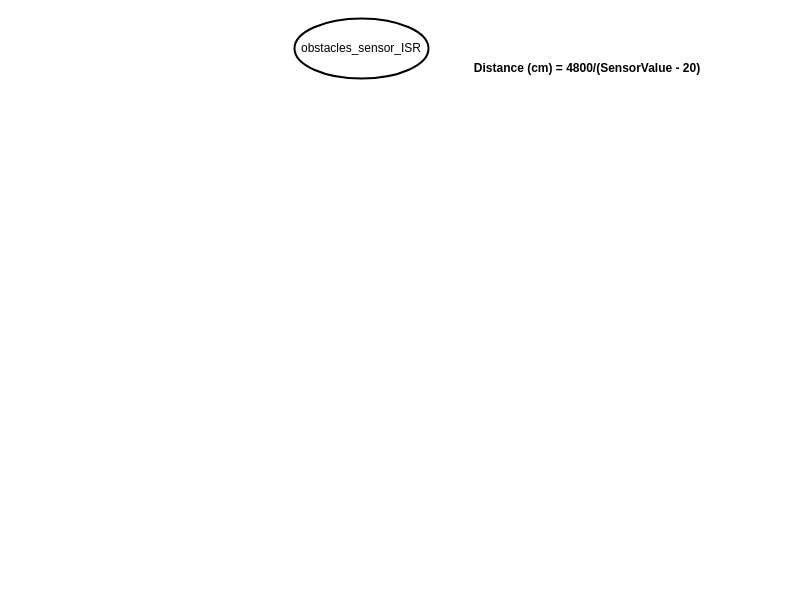
Before: 03Flowcharts/Sensores/obstacles_sensor.drawio in LPI-2020/DWR-19, a draw.io diagram. Source tidied: cells renumbered, new cells numbered last; positions are measured from the earlier drawing's top-left corner, leaving out a move shared by most shapes. Both pictures are drawn from the tidied source at 100%, with x=0, y=0 at pixel (294, 18).
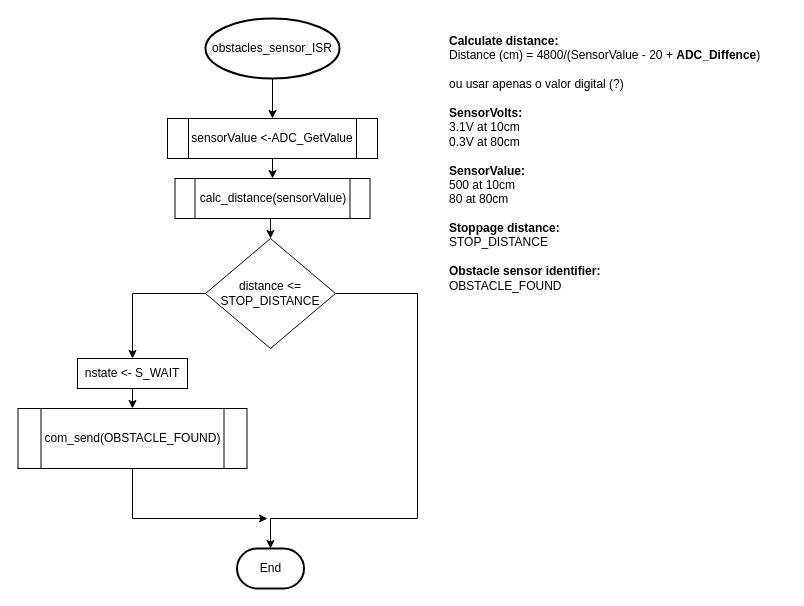
The same page after the edit.

Commit message (it also covers changes not shown here):
Added obstacles sensor flowchart

Change to the diagram source:
```diff
@@
-    <mxCell id="2" value="&lt;strong&gt;Distance (cm) = 4800/(SensorValue - 20)&lt;/strong&gt;" style="text;html=1;strokeColor=none;fillColor=none;align=center;verticalAlign=middle;whiteSpace=wrap;rounded=0;" parent="1" vertex="1">
-      <mxGeometry x="173" y="40" width="240" height="20" as="geometry" />
+    <mxCell id="2" value="&lt;b&gt;Calculate distance:&lt;/b&gt;&lt;br&gt;Distance (cm) = 4800/(SensorValue - 20 + &lt;b&gt;ADC_Diffence&lt;/b&gt;)&lt;br&gt;&lt;br&gt;ou usar apenas o valor digital (?)&lt;br&gt;&lt;br&gt;&lt;b&gt;SensorVolts:&lt;/b&gt;&lt;br&gt;3.1V at 10cm&lt;br&gt;0.3V at 80cm&lt;br&gt;&lt;br&gt;&lt;b&gt;SensorValue:&lt;br&gt;&lt;/b&gt;500 at 10cm&lt;br&gt;80 at 80cm&lt;br&gt;&lt;br&gt;&lt;b&gt;Stoppage distance:&lt;/b&gt;&lt;br&gt;STOP_DISTANCE&lt;br&gt;&lt;br&gt;&lt;b&gt;Obstacle sensor identifier:&lt;br&gt;&lt;/b&gt;OBSTACLE_FOUND" style="text;html=1;strokeColor=none;fillColor=none;align=left;verticalAlign=middle;whiteSpace=wrap;rounded=0;" parent="1" vertex="1">
+      <mxGeometry x="153" width="340" height="290" as="geometry" />
     </mxCell>
+    <mxCell id="4" style="edgeStyle=orthogonalEdgeStyle;rounded=0;jettySize=auto;html=1;exitX=0.5;exitY=1;exitDx=0;exitDy=0;exitPerimeter=0;entryX=0.5;entryY=0;entryDx=0;entryDy=0;" parent="1" edge="1" source="3" target="6">
+      <mxGeometry relative="1" as="geometry" />
+    </mxCell>
     <mxCell id="3" value="obstacles_sensor_ISR" style="strokeWidth=2;html=1;shape=mxgraph.flowchart.start_1;whiteSpace=wrap;" parent="1" vertex="1">
-      <mxGeometry width="134" height="60" as="geometry" />
+      <mxGeometry x="-89" width="134" height="60" as="geometry" />
     </mxCell>
+    <mxCell id="5" style="edgeStyle=orthogonalEdgeStyle;rounded=0;jettySize=auto;html=1;exitX=0.5;exitY=1;exitDx=0;exitDy=0;entryX=0.5;entryY=0;entryDx=0;entryDy=0;" parent="1" edge="1" source="6" target="8">
+      <mxGeometry relative="1" as="geometry" />
+    </mxCell>
+    <mxCell id="6" value="sensorValue &amp;lt;-ADC_GetValue" style="shape=process;whiteSpace=wrap;html=1;backgroundOutline=1;align=center;" parent="1" vertex="1">
+      <mxGeometry x="-127" y="100" width="210" height="40" as="geometry" />
+    </mxCell>
+    <mxCell id="7" style="edgeStyle=orthogonalEdgeStyle;rounded=0;jettySize=auto;html=1;exitX=0.5;exitY=1;exitDx=0;exitDy=0;entryX=0.5;entryY=0;entryDx=0;entryDy=0;" parent="1" edge="1" source="8" target="11">
+      <mxGeometry relative="1" as="geometry" />
+    </mxCell>
+    <mxCell id="8" value="calc_distance(sensorValue)" style="shape=process;whiteSpace=wrap;html=1;backgroundOutline=1;align=center;" parent="1" vertex="1">
+      <mxGeometry x="-119.5" y="160" width="195" height="40" as="geometry" />
+    </mxCell>
+    <mxCell id="9" style="edgeStyle=orthogonalEdgeStyle;rounded=0;jettySize=auto;html=1;exitX=0;exitY=0.5;exitDx=0;exitDy=0;entryX=0.5;entryY=0;entryDx=0;entryDy=0;" parent="1" edge="1" source="11" target="13">
+      <mxGeometry relative="1" as="geometry" />
+    </mxCell>
+    <mxCell id="10" style="edgeStyle=orthogonalEdgeStyle;rounded=0;jettySize=auto;html=1;exitX=1;exitY=0.5;exitDx=0;exitDy=0;entryX=0.5;entryY=0;entryDx=0;entryDy=0;entryPerimeter=0;" parent="1" edge="1" source="11" target="16">
+      <mxGeometry relative="1" as="geometry">
+        <Array as="points">
+          <mxPoint x="123" y="275" />
+          <mxPoint x="123" y="500" />
+          <mxPoint x="-24" y="500" />
+        </Array>
+      </mxGeometry>
+    </mxCell>
+    <mxCell id="11" value="distance &amp;lt;=&lt;br&gt;&lt;div style=&quot;text-align: center&quot;&gt;&lt;span style=&quot;text-align: left&quot;&gt;STOP_DISTANCE&lt;/span&gt;&lt;/div&gt;" style="rhombus;whiteSpace=wrap;html=1;align=center;" parent="1" vertex="1">
+      <mxGeometry x="-89" y="220" width="130" height="110" as="geometry" />
+    </mxCell>
+    <mxCell id="12" style="edgeStyle=orthogonalEdgeStyle;rounded=0;jettySize=auto;html=1;exitX=0.5;exitY=1;exitDx=0;exitDy=0;entryX=0.5;entryY=0;entryDx=0;entryDy=0;" parent="1" edge="1" source="13" target="15">
+      <mxGeometry relative="1" as="geometry" />
+    </mxCell>
+    <mxCell id="13" value="nstate &amp;lt;- S_WAIT" style="rounded=0;whiteSpace=wrap;html=1;align=center;" parent="1" vertex="1">
+      <mxGeometry x="-217" y="340" width="110" height="30" as="geometry" />
+    </mxCell>
+    <mxCell id="14" style="edgeStyle=orthogonalEdgeStyle;rounded=0;jettySize=auto;html=1;exitX=0.5;exitY=1;exitDx=0;exitDy=0;" parent="1" edge="1" source="15">
+      <mxGeometry relative="1" as="geometry">
+        <mxPoint x="-27" y="500" as="targetPoint" />
+        <Array as="points">
+          <mxPoint x="-162" y="500" />
+        </Array>
+      </mxGeometry>
+    </mxCell>
+    <mxCell id="15" value="com_send(&lt;span style=&quot;text-align: left&quot;&gt;OBSTACLE_FOUND)&lt;/span&gt;" style="shape=process;whiteSpace=wrap;html=1;backgroundOutline=1;align=center;" parent="1" vertex="1">
+      <mxGeometry x="-276.5" y="390" width="229" height="60" as="geometry" />
+    </mxCell>
+    <mxCell id="16" value="End" style="strokeWidth=2;html=1;shape=mxgraph.flowchart.terminator;whiteSpace=wrap;align=center;" parent="1" vertex="1">
+      <mxGeometry x="-57.5" y="530" width="67" height="40" as="geometry" />
+    </mxCell>
```
